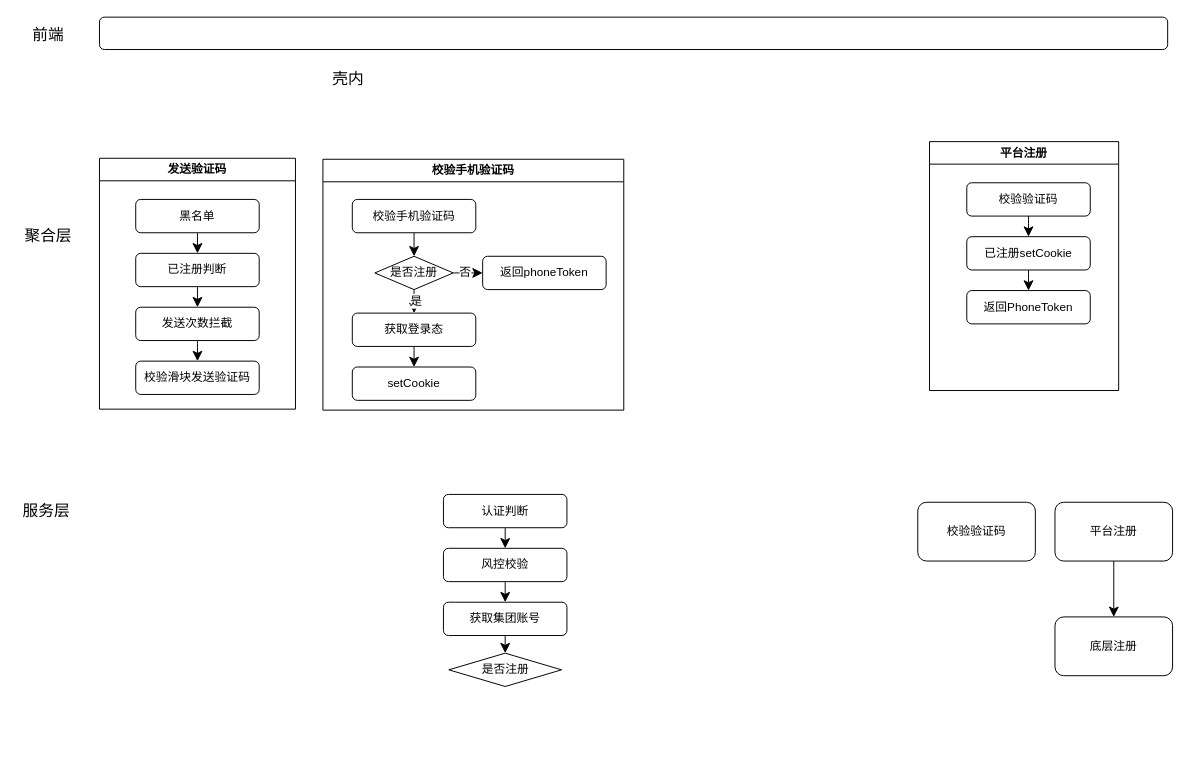
Before: 项目流程图.drawio in zouquchen/drawio, a draw.io diagram. Source tidied: cells renumbered, new cells numbered last; positions are measured from the earlier drawing's top-left corner, leaving out a move shared by most shapes. Both pictures are drawn from the tidied source at 98%, with x=0, y=0 at pixel (17, 17).
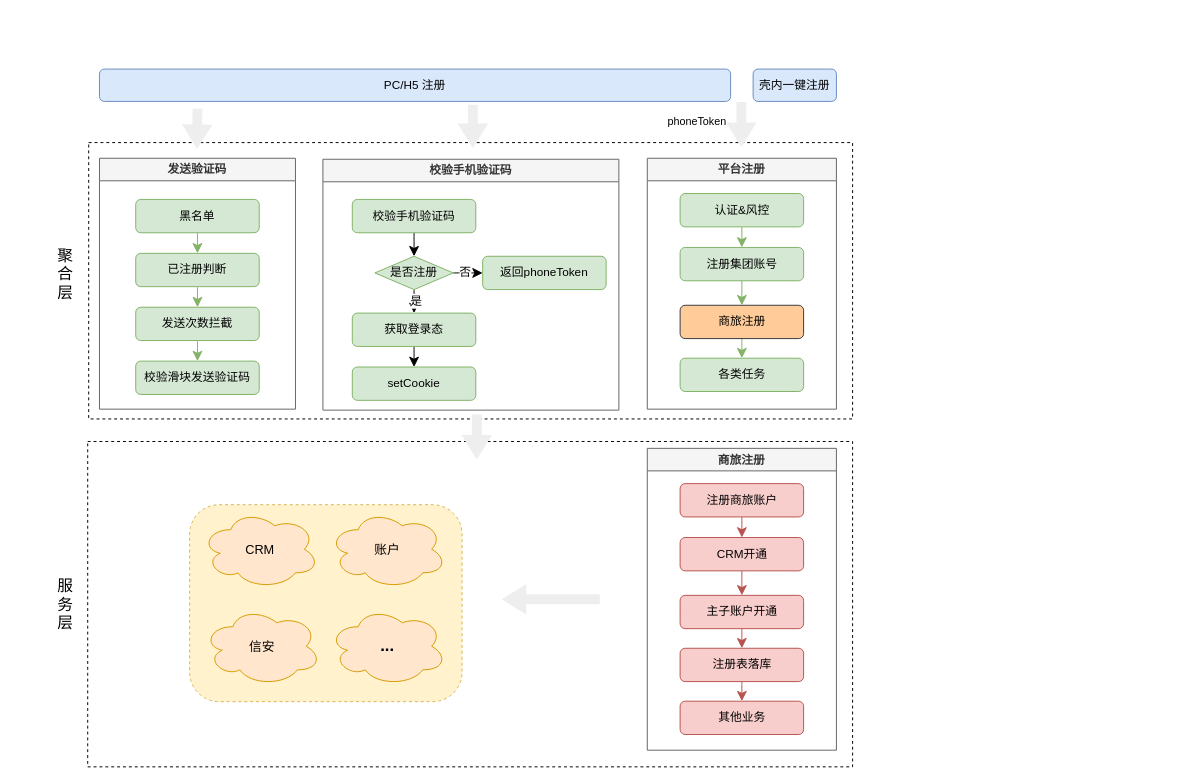
After the change.

Commit message (it also covers changes not shown here):
更新项目流程图.drawio

Change to the diagram source:
```diff
@@
-    <mxCell id="2" value="校验验证码" style="rounded=1;whiteSpace=wrap;html=1;" parent="1" vertex="1">
-      <mxGeometry x="919" y="495" width="120" height="60" as="geometry" />
-    </mxCell>
-    <mxCell id="3" value="聚合层" style="text;html=1;align=center;verticalAlign=middle;whiteSpace=wrap;rounded=0;fontSize=16;" parent="1" vertex="1">
-      <mxGeometry x="2" y="208" width="60" height="30" as="geometry" />
-    </mxCell>
-    <mxCell id="4" value="服务层" style="text;html=1;align=center;verticalAlign=middle;whiteSpace=wrap;rounded=0;fontSize=16;" parent="1" vertex="1">
-      <mxGeometry y="489" width="60" height="30" as="geometry" />
-    </mxCell>
-    <mxCell id="5" value="前端" style="text;html=1;align=center;verticalAlign=middle;whiteSpace=wrap;rounded=0;fontSize=16;" parent="1" vertex="1">
-      <mxGeometry x="2" y="3" width="60" height="30" as="geometry" />
-    </mxCell>
-    <mxCell id="6" style="edgeStyle=none;curved=1;rounded=0;jettySize=auto;html=1;exitX=0.5;exitY=1;exitDx=0;exitDy=0;entryX=0.5;entryY=0;entryDx=0;entryDy=0;fontSize=12;startSize=8;endSize=8;" parent="1" edge="1" source="7" target="8">
-      <mxGeometry relative="1" as="geometry" />
-    </mxCell>
-    <mxCell id="7" value="平台注册" style="rounded=1;whiteSpace=wrap;html=1;" parent="1" vertex="1">
-      <mxGeometry x="1059" y="495" width="120" height="60" as="geometry" />
-    </mxCell>
-    <mxCell id="8" value="底层注册" style="rounded=1;whiteSpace=wrap;html=1;" parent="1" vertex="1">
-      <mxGeometry x="1059" y="612" width="120" height="60" as="geometry" />
-    </mxCell>
-    <mxCell id="9" style="rounded=1;whiteSpace=wrap;html=1;" parent="1" vertex="1">
-      <mxGeometry x="84" width="1090" height="33" as="geometry" />
-    </mxCell>
-    <mxCell id="10" value="发送验证码" style="swimlane;whiteSpace=wrap;html=1;" parent="1" vertex="1">
-      <mxGeometry x="84" y="144" width="200" height="256" as="geometry" />
-    </mxCell>
-    <mxCell id="11" style="edgeStyle=none;curved=1;rounded=0;jettySize=auto;html=1;exitX=0.5;exitY=1;exitDx=0;exitDy=0;entryX=0.5;entryY=0;entryDx=0;entryDy=0;fontSize=12;startSize=8;endSize=8;" parent="10" edge="1" source="12" target="14">
-      <mxGeometry relative="1" as="geometry" />
-    </mxCell>
-    <mxCell id="12" value="黑名单" style="rounded=1;whiteSpace=wrap;html=1;" parent="10" vertex="1">
-      <mxGeometry x="37" y="42" width="126" height="34" as="geometry" />
-    </mxCell>
-    <mxCell id="13" style="edgeStyle=none;curved=1;rounded=0;jettySize=auto;html=1;exitX=0.5;exitY=1;exitDx=0;exitDy=0;entryX=0.5;entryY=0;entryDx=0;entryDy=0;fontSize=12;startSize=8;endSize=8;" parent="10" edge="1" source="14" target="16">
-      <mxGeometry relative="1" as="geometry" />
-    </mxCell>
-    <mxCell id="14" value="已注册判断" style="rounded=1;whiteSpace=wrap;html=1;" parent="10" vertex="1">
-      <mxGeometry x="37" y="97" width="126" height="34" as="geometry" />
-    </mxCell>
-    <mxCell id="15" style="edgeStyle=none;curved=1;rounded=0;jettySize=auto;html=1;exitX=0.5;exitY=1;exitDx=0;exitDy=0;entryX=0.5;entryY=0;entryDx=0;entryDy=0;fontSize=12;startSize=8;endSize=8;" parent="10" edge="1" source="16" target="17">
-      <mxGeometry relative="1" as="geometry" />
-    </mxCell>
-    <mxCell id="16" value="发送次数拦截" style="rounded=1;whiteSpace=wrap;html=1;" parent="10" vertex="1">
-      <mxGeometry x="37" y="152" width="126" height="34" as="geometry" />
-    </mxCell>
-    <mxCell id="17" value="校验滑块发送验证码" style="rounded=1;whiteSpace=wrap;html=1;" parent="10" vertex="1">
-      <mxGeometry x="37" y="207" width="126" height="34" as="geometry" />
-    </mxCell>
+    <mxCell id="44" style="rounded=0;whiteSpace=wrap;html=1;dashed=1;" parent="1" vertex="1">
+      <mxGeometry x="73" y="128" width="779.5" height="282" as="geometry" />
+    </mxCell>
-    <mxCell id="18" value="校验手机验证码" style="swimlane;whiteSpace=wrap;html=1;" parent="1" vertex="1">
-      <mxGeometry x="312" y="145" width="307" height="256" as="geometry" />
+    <mxCell id="18" value="校验手机验证码" style="swimlane;whiteSpace=wrap;html=1;swimlaneFillColor=default;fillColor=#f5f5f5;fontColor=#333333;strokeColor=#666666;" parent="1" vertex="1">
+      <mxGeometry x="312" y="145" width="302" height="256" as="geometry" />
     </mxCell>
@@
-    <mxCell id="20" value="校验手机验证码" style="rounded=1;whiteSpace=wrap;html=1;" parent="18" vertex="1">
+    <mxCell id="20" value="校验手机验证码" style="rounded=1;whiteSpace=wrap;html=1;fillColor=#d5e8d4;strokeColor=#82b366;" parent="18" vertex="1">
       <mxGeometry x="30" y="41" width="126" height="34" as="geometry" />
     </mxCell>
@@
-    <mxCell id="22" value="获取登录态" style="rounded=1;whiteSpace=wrap;html=1;" parent="18" vertex="1">
+    <mxCell id="22" value="获取登录态" style="rounded=1;whiteSpace=wrap;html=1;fillColor=#d5e8d4;strokeColor=#82b366;" parent="18" vertex="1">
       <mxGeometry x="30" y="157" width="126" height="34" as="geometry" />
     </mxCell>
-    <mxCell id="23" value="setCookie" style="rounded=1;whiteSpace=wrap;html=1;" parent="18" vertex="1">
+    <mxCell id="23" value="setCookie" style="rounded=1;whiteSpace=wrap;html=1;fillColor=#d5e8d4;strokeColor=#82b366;" parent="18" vertex="1">
       <mxGeometry x="30" y="212" width="126" height="34" as="geometry" />
     </mxCell>
-    <mxCell id="24" value="返回phoneToken" style="rounded=1;whiteSpace=wrap;html=1;" parent="18" vertex="1">
+    <mxCell id="24" value="返回phoneToken" style="rounded=1;whiteSpace=wrap;html=1;fillColor=#d5e8d4;strokeColor=#82b366;" parent="18" vertex="1">
       <mxGeometry x="163" y="99" width="126" height="34" as="geometry" />
     </mxCell>
@@
-    <mxCell id="29" value="是否注册" style="rhombus;whiteSpace=wrap;html=1;" parent="18" vertex="1">
+    <mxCell id="29" value="是否注册" style="rhombus;whiteSpace=wrap;html=1;fillColor=#d5e8d4;strokeColor=#82b366;" parent="18" vertex="1">
       <mxGeometry x="53" y="99" width="80" height="34" as="geometry" />
     </mxCell>
-    <mxCell id="30" value="壳内" style="text;html=1;align=center;verticalAlign=middle;whiteSpace=wrap;rounded=0;fontSize=16;" parent="1" vertex="1">
-      <mxGeometry x="308" y="48" width="60" height="30" as="geometry" />
-    </mxCell>
+    <mxCell id="45" style="rounded=0;whiteSpace=wrap;html=1;dashed=1;" parent="1" vertex="1">
+      <mxGeometry x="72" y="433" width="780.5" height="332" as="geometry" />
+    </mxCell>
+    <mxCell id="46" style="rounded=1;whiteSpace=wrap;html=1;dashed=1;fillColor=#fff2cc;strokeColor=#d6b656;" parent="1" vertex="1">
+      <mxGeometry x="176" y="497.5" width="278" height="201" as="geometry" />
+    </mxCell>
+    <mxCell id="3" value="聚合层" style="text;html=1;align=center;verticalAlign=middle;whiteSpace=wrap;rounded=0;fontSize=16;" parent="1" vertex="1">
+      <mxGeometry x="37" y="217" width="25" height="89" as="geometry" />
+    </mxCell>
+    <mxCell id="4" value="服务层" style="text;html=1;align=center;verticalAlign=middle;whiteSpace=wrap;rounded=0;fontSize=16;" parent="1" vertex="1">
+      <mxGeometry x="39" y="558" width="21" height="82" as="geometry" />
+    </mxCell>
+    <mxCell id="9" value="PC/H5 注册" style="rounded=1;whiteSpace=wrap;html=1;fillColor=#dae8fc;strokeColor=#6c8ebf;" parent="1" vertex="1">
+      <mxGeometry x="84" y="53" width="644" height="33" as="geometry" />
+    </mxCell>
+    <mxCell id="10" value="发送验证码" style="swimlane;whiteSpace=wrap;html=1;fillColor=#f5f5f5;fontColor=#333333;strokeColor=#666666;swimlaneFillColor=default;" parent="1" vertex="1">
+      <mxGeometry x="84" y="144" width="200" height="256" as="geometry" />
+    </mxCell>
+    <mxCell id="11" style="edgeStyle=none;curved=1;rounded=0;jettySize=auto;html=1;exitX=0.5;exitY=1;exitDx=0;exitDy=0;entryX=0.5;entryY=0;entryDx=0;entryDy=0;fontSize=12;startSize=8;endSize=8;fillColor=#d5e8d4;strokeColor=#82b366;" parent="10" edge="1" source="12" target="14">
+      <mxGeometry relative="1" as="geometry" />
+    </mxCell>
+    <mxCell id="12" value="黑名单" style="rounded=1;whiteSpace=wrap;html=1;fillColor=#d5e8d4;strokeColor=#82b366;" parent="10" vertex="1">
+      <mxGeometry x="37" y="42" width="126" height="34" as="geometry" />
+    </mxCell>
+    <mxCell id="13" style="edgeStyle=none;curved=1;rounded=0;jettySize=auto;html=1;exitX=0.5;exitY=1;exitDx=0;exitDy=0;entryX=0.5;entryY=0;entryDx=0;entryDy=0;fontSize=12;startSize=8;endSize=8;fillColor=#d5e8d4;strokeColor=#82b366;" parent="10" edge="1" source="14" target="16">
+      <mxGeometry relative="1" as="geometry" />
+    </mxCell>
+    <mxCell id="14" value="已注册判断" style="rounded=1;whiteSpace=wrap;html=1;fillColor=#d5e8d4;strokeColor=#82b366;" parent="10" vertex="1">
+      <mxGeometry x="37" y="97" width="126" height="34" as="geometry" />
+    </mxCell>
+    <mxCell id="15" style="edgeStyle=none;curved=1;rounded=0;jettySize=auto;html=1;exitX=0.5;exitY=1;exitDx=0;exitDy=0;entryX=0.5;entryY=0;entryDx=0;entryDy=0;fontSize=12;startSize=8;endSize=8;fillColor=#d5e8d4;strokeColor=#82b366;" parent="10" edge="1" source="16" target="17">
+      <mxGeometry relative="1" as="geometry" />
+    </mxCell>
+    <mxCell id="16" value="发送次数拦截" style="rounded=1;whiteSpace=wrap;html=1;fillColor=#d5e8d4;strokeColor=#82b366;" parent="10" vertex="1">
+      <mxGeometry x="37" y="152" width="126" height="34" as="geometry" />
+    </mxCell>
+    <mxCell id="17" value="校验滑块发送验证码" style="rounded=1;whiteSpace=wrap;html=1;fillColor=#d5e8d4;strokeColor=#82b366;" parent="10" vertex="1">
+      <mxGeometry x="37" y="207" width="126" height="34" as="geometry" />
+    </mxCell>
-    <mxCell id="31" value="平台注册" style="swimlane;whiteSpace=wrap;html=1;" parent="1" vertex="1">
-      <mxGeometry x="931" y="127" width="193" height="254" as="geometry" />
+    <mxCell id="31" value="平台注册" style="swimlane;whiteSpace=wrap;html=1;fillColor=#f5f5f5;fontColor=#333333;strokeColor=#666666;" parent="1" vertex="1">
+      <mxGeometry x="643" y="144" width="193" height="256" as="geometry" />
     </mxCell>
-    <mxCell id="32" style="edgeStyle=none;curved=1;rounded=0;jettySize=auto;html=1;exitX=0.5;exitY=1;exitDx=0;exitDy=0;entryX=0.5;entryY=0;entryDx=0;entryDy=0;fontSize=12;startSize=8;endSize=8;" parent="31" edge="1" source="33" target="35">
-      <mxGeometry relative="1" as="geometry" />
-    </mxCell>
-    <mxCell id="33" value="校验验证码" style="rounded=1;whiteSpace=wrap;html=1;" parent="31" vertex="1">
-      <mxGeometry x="38" y="42" width="126" height="34" as="geometry" />
-    </mxCell>
-    <mxCell id="34" style="edgeStyle=none;curved=1;rounded=0;jettySize=auto;html=1;exitX=0.5;exitY=1;exitDx=0;exitDy=0;entryX=0.5;entryY=0;entryDx=0;entryDy=0;fontSize=12;startSize=8;endSize=8;" parent="31" edge="1" source="35" target="36">
-      <mxGeometry relative="1" as="geometry" />
-    </mxCell>
-    <mxCell id="35" value="已注册setCookie" style="rounded=1;whiteSpace=wrap;html=1;" parent="31" vertex="1">
-      <mxGeometry x="38" y="97" width="126" height="34" as="geometry" />
-    </mxCell>
-    <mxCell id="36" value="返回PhoneToken" style="rounded=1;whiteSpace=wrap;html=1;" parent="31" vertex="1">
-      <mxGeometry x="38" y="152" width="126" height="34" as="geometry" />
-    </mxCell>
-    <mxCell id="37" style="edgeStyle=none;curved=1;rounded=0;jettySize=auto;html=1;exitX=0.5;exitY=1;exitDx=0;exitDy=0;entryX=0.5;entryY=0;entryDx=0;entryDy=0;fontSize=12;startSize=8;endSize=8;" parent="1" edge="1" source="38" target="40">
-      <mxGeometry relative="1" as="geometry" />
-    </mxCell>
-    <mxCell id="38" value="认证判断" style="rounded=1;whiteSpace=wrap;html=1;" parent="1" vertex="1">
-      <mxGeometry x="435" y="487" width="126" height="34" as="geometry" />
-    </mxCell>
-    <mxCell id="39" style="edgeStyle=none;curved=1;rounded=0;jettySize=auto;html=1;exitX=0.5;exitY=1;exitDx=0;exitDy=0;entryX=0.5;entryY=0;entryDx=0;entryDy=0;fontSize=12;startSize=8;endSize=8;" parent="1" edge="1" source="40" target="42">
+    <mxCell id="39" style="edgeStyle=none;curved=1;rounded=0;jettySize=auto;html=1;exitX=0.5;exitY=1;exitDx=0;exitDy=0;entryX=0.5;entryY=0;entryDx=0;entryDy=0;fontSize=12;startSize=8;endSize=8;fillColor=#d5e8d4;strokeColor=#82b366;" parent="31" edge="1" source="40" target="42">
       <mxGeometry relative="1" as="geometry" />
     </mxCell>
-    <mxCell id="40" value="风控校验" style="rounded=1;whiteSpace=wrap;html=1;" parent="1" vertex="1">
-      <mxGeometry x="435" y="542" width="126" height="34" as="geometry" />
+    <mxCell id="40" value="认证&amp;amp;风控" style="rounded=1;whiteSpace=wrap;html=1;fillColor=#d5e8d4;strokeColor=#82b366;" parent="31" vertex="1">
+      <mxGeometry x="33.5" y="36" width="126" height="34" as="geometry" />
     </mxCell>
-    <mxCell id="41" style="edgeStyle=none;curved=1;rounded=0;jettySize=auto;html=1;exitX=0.5;exitY=1;exitDx=0;exitDy=0;fontSize=12;startSize=8;endSize=8;" parent="1" edge="1" source="42" target="43">
-      <mxGeometry relative="1" as="geometry" />
-    </mxCell>
+    <mxCell id="47" style="edgeStyle=none;curved=1;rounded=0;jettySize=auto;html=1;exitX=0.5;exitY=1;exitDx=0;exitDy=0;entryX=0.5;entryY=0;entryDx=0;entryDy=0;fontSize=12;startSize=8;endSize=8;fillColor=#d5e8d4;strokeColor=#82b366;" parent="31" edge="1" source="42" target="49">
+      <mxGeometry relative="1" as="geometry" />
+    </mxCell>
-    <mxCell id="42" value="获取集团账号" style="rounded=1;whiteSpace=wrap;html=1;" parent="1" vertex="1">
-      <mxGeometry x="435" y="597" width="126" height="34" as="geometry" />
+    <mxCell id="42" value="注册集团账号" style="rounded=1;whiteSpace=wrap;html=1;fillColor=#d5e8d4;strokeColor=#82b366;" parent="31" vertex="1">
+      <mxGeometry x="33.5" y="91" width="126" height="34" as="geometry" />
     </mxCell>
-    <mxCell id="43" value="是否注册" style="rhombus;whiteSpace=wrap;html=1;" parent="1" vertex="1">
-      <mxGeometry x="440.5" y="649" width="115" height="34" as="geometry" />
-    </mxCell>
+    <mxCell id="48" style="edgeStyle=none;curved=1;rounded=0;jettySize=auto;html=1;exitX=0.5;exitY=1;exitDx=0;exitDy=0;entryX=0.5;entryY=0;entryDx=0;entryDy=0;fontSize=12;startSize=8;endSize=8;fillColor=#d5e8d4;strokeColor=#82b366;" parent="31" edge="1" source="49" target="50">
+      <mxGeometry relative="1" as="geometry" />
+    </mxCell>
+    <mxCell id="49" value="商旅注册" style="rounded=1;whiteSpace=wrap;html=1;fillColor=#ffcc99;strokeColor=#36393d;" parent="31" vertex="1">
+      <mxGeometry x="33.5" y="150" width="126" height="34" as="geometry" />
+    </mxCell>
+    <mxCell id="50" value="各类任务" style="rounded=1;whiteSpace=wrap;html=1;fillColor=#d5e8d4;strokeColor=#82b366;" parent="31" vertex="1">
+      <mxGeometry x="33.5" y="204" width="126" height="34" as="geometry" />
+    </mxCell>
+    <mxCell id="51" value="商旅注册" style="swimlane;whiteSpace=wrap;html=1;fillColor=#f5f5f5;fontColor=#333333;strokeColor=#666666;" parent="1" vertex="1">
+      <mxGeometry x="643" y="440" width="193" height="308" as="geometry" />
+    </mxCell>
+    <mxCell id="52" style="edgeStyle=none;curved=1;rounded=0;jettySize=auto;html=1;exitX=0.5;exitY=1;exitDx=0;exitDy=0;entryX=0.5;entryY=0;entryDx=0;entryDy=0;fontSize=12;startSize=8;endSize=8;fillColor=#f8cecc;strokeColor=#b85450;" parent="51" edge="1" source="53" target="55">
+      <mxGeometry relative="1" as="geometry" />
+    </mxCell>
+    <mxCell id="53" value="注册商旅账户" style="rounded=1;whiteSpace=wrap;html=1;fillColor=#f8cecc;strokeColor=#b85450;" parent="51" vertex="1">
+      <mxGeometry x="33.5" y="36" width="126" height="34" as="geometry" />
+    </mxCell>
+    <mxCell id="54" style="edgeStyle=none;curved=1;rounded=0;jettySize=auto;html=1;exitX=0.5;exitY=1;exitDx=0;exitDy=0;entryX=0.5;entryY=0;entryDx=0;entryDy=0;fontSize=12;startSize=8;endSize=8;fillColor=#f8cecc;strokeColor=#b85450;" parent="51" edge="1" source="55" target="57">
+      <mxGeometry relative="1" as="geometry" />
+    </mxCell>
+    <mxCell id="55" value="CRM开通" style="rounded=1;whiteSpace=wrap;html=1;fillColor=#f8cecc;strokeColor=#b85450;" parent="51" vertex="1">
+      <mxGeometry x="33.5" y="91" width="126" height="34" as="geometry" />
+    </mxCell>
+    <mxCell id="56" style="edgeStyle=none;curved=1;rounded=0;jettySize=auto;html=1;exitX=0.5;exitY=1;exitDx=0;exitDy=0;entryX=0.5;entryY=0;entryDx=0;entryDy=0;fontSize=12;startSize=8;endSize=8;fillColor=#f8cecc;strokeColor=#b85450;" parent="51" edge="1" source="57" target="59">
+      <mxGeometry relative="1" as="geometry" />
+    </mxCell>
+    <mxCell id="57" value="主子账户开通" style="rounded=1;whiteSpace=wrap;html=1;fillColor=#f8cecc;strokeColor=#b85450;" parent="51" vertex="1">
+      <mxGeometry x="33.5" y="150" width="126" height="34" as="geometry" />
+    </mxCell>
+    <mxCell id="58" style="edgeStyle=none;curved=1;rounded=0;jettySize=auto;html=1;exitX=0.5;exitY=1;exitDx=0;exitDy=0;entryX=0.5;entryY=0;entryDx=0;entryDy=0;fontSize=12;startSize=8;endSize=8;fillColor=#f8cecc;strokeColor=#b85450;" parent="51" edge="1" source="59" target="60">
+      <mxGeometry relative="1" as="geometry" />
+    </mxCell>
+    <mxCell id="59" value="注册表落库" style="rounded=1;whiteSpace=wrap;html=1;fillColor=#f8cecc;strokeColor=#b85450;" parent="51" vertex="1">
+      <mxGeometry x="33.5" y="204" width="126" height="34" as="geometry" />
+    </mxCell>
+    <mxCell id="60" value="其他业务" style="rounded=1;whiteSpace=wrap;html=1;fillColor=#f8cecc;strokeColor=#b85450;" parent="51" vertex="1">
+      <mxGeometry x="33.5" y="258" width="126" height="34" as="geometry" />
+    </mxCell>
+    <mxCell id="61" value="&lt;font style=&quot;font-size: 13px;&quot;&gt;CRM&lt;/font&gt;" style="ellipse;shape=cloud;whiteSpace=wrap;html=1;fillColor=#ffe6cc;strokeColor=#d79b00;" parent="1" vertex="1">
+      <mxGeometry x="188" y="503" width="120" height="80" as="geometry" />
+    </mxCell>
+    <mxCell id="62" value="&lt;font style=&quot;font-size: 13px;&quot;&gt;账户&lt;/font&gt;" style="ellipse;shape=cloud;whiteSpace=wrap;html=1;fillColor=#ffe6cc;strokeColor=#d79b00;" parent="1" vertex="1">
+      <mxGeometry x="318" y="503" width="120" height="80" as="geometry" />
+    </mxCell>
+    <mxCell id="63" value="&lt;font style=&quot;font-size: 13px;&quot;&gt;信安&lt;/font&gt;" style="ellipse;shape=cloud;whiteSpace=wrap;html=1;fillColor=#ffe6cc;strokeColor=#d79b00;" parent="1" vertex="1">
+      <mxGeometry x="190" y="602" width="120" height="80" as="geometry" />
+    </mxCell>
+    <mxCell id="64" value="&lt;b&gt;&lt;font style=&quot;font-size: 17px;&quot;&gt;...&lt;/font&gt;&lt;/b&gt;" style="ellipse;shape=cloud;whiteSpace=wrap;html=1;fillColor=#ffe6cc;strokeColor=#d79b00;" parent="1" vertex="1">
+      <mxGeometry x="318" y="602" width="120" height="80" as="geometry" />
+    </mxCell>
+    <mxCell id="65" style="shape=flexArrow;endArrow=classic;html=1;rounded=0;fontSize=12;startSize=8;endSize=8;curved=1;fillColor=#eeeeee;strokeColor=none;" parent="1" edge="1">
+      <mxGeometry relative="1" as="geometry">
+        <mxPoint x="184" y="93" as="sourcePoint" />
+        <mxPoint x="183.5" y="135" as="targetPoint" />
+      </mxGeometry>
+    </mxCell>
+    <mxCell id="66" style="shape=flexArrow;endArrow=classic;html=1;rounded=0;fontSize=12;startSize=8;endSize=8;curved=1;fillColor=#eeeeee;strokeColor=none;" parent="1" edge="1">
+      <mxGeometry relative="1" as="geometry">
+        <mxPoint x="465" y="89" as="sourcePoint" />
+        <mxPoint x="465" y="134" as="targetPoint" />
+      </mxGeometry>
+    </mxCell>
+    <mxCell id="67" style="shape=flexArrow;endArrow=classic;html=1;rounded=0;fontSize=12;startSize=8;endSize=8;curved=1;fillColor=#eeeeee;strokeColor=none;" parent="1" edge="1">
+      <mxGeometry relative="1" as="geometry">
+        <mxPoint x="739" y="86" as="sourcePoint" />
+        <mxPoint x="739" y="133" as="targetPoint" />
+      </mxGeometry>
+    </mxCell>
+    <mxCell id="68" value="壳内一键注册" style="rounded=1;whiteSpace=wrap;html=1;fillColor=#dae8fc;strokeColor=#6c8ebf;" parent="1" vertex="1">
+      <mxGeometry x="751" y="53" width="85" height="33" as="geometry" />
+    </mxCell>
+    <mxCell id="69" style="shape=flexArrow;endArrow=classic;html=1;rounded=0;fontSize=12;startSize=8;endSize=8;curved=1;fillColor=#eeeeee;strokeColor=none;" parent="1" edge="1">
+      <mxGeometry relative="1" as="geometry">
+        <mxPoint x="595" y="594" as="sourcePoint" />
+        <mxPoint x="494" y="594" as="targetPoint" />
+      </mxGeometry>
+    </mxCell>
+    <mxCell id="70" style="shape=flexArrow;endArrow=classic;html=1;rounded=0;fontSize=12;startSize=8;endSize=8;curved=1;fillColor=#eeeeee;strokeColor=none;" parent="1" edge="1">
+      <mxGeometry relative="1" as="geometry">
+        <mxPoint x="469" y="405" as="sourcePoint" />
+        <mxPoint x="469" y="452" as="targetPoint" />
+      </mxGeometry>
+    </mxCell>
+    <mxCell id="71" value="&lt;font style=&quot;font-size: 11px;&quot;&gt;phoneToken&lt;/font&gt;" style="text;html=1;align=center;verticalAlign=middle;whiteSpace=wrap;rounded=0;fontSize=16;" parent="1" vertex="1">
+      <mxGeometry x="664" y="90" width="60" height="30" as="geometry" />
+    </mxCell>
```
